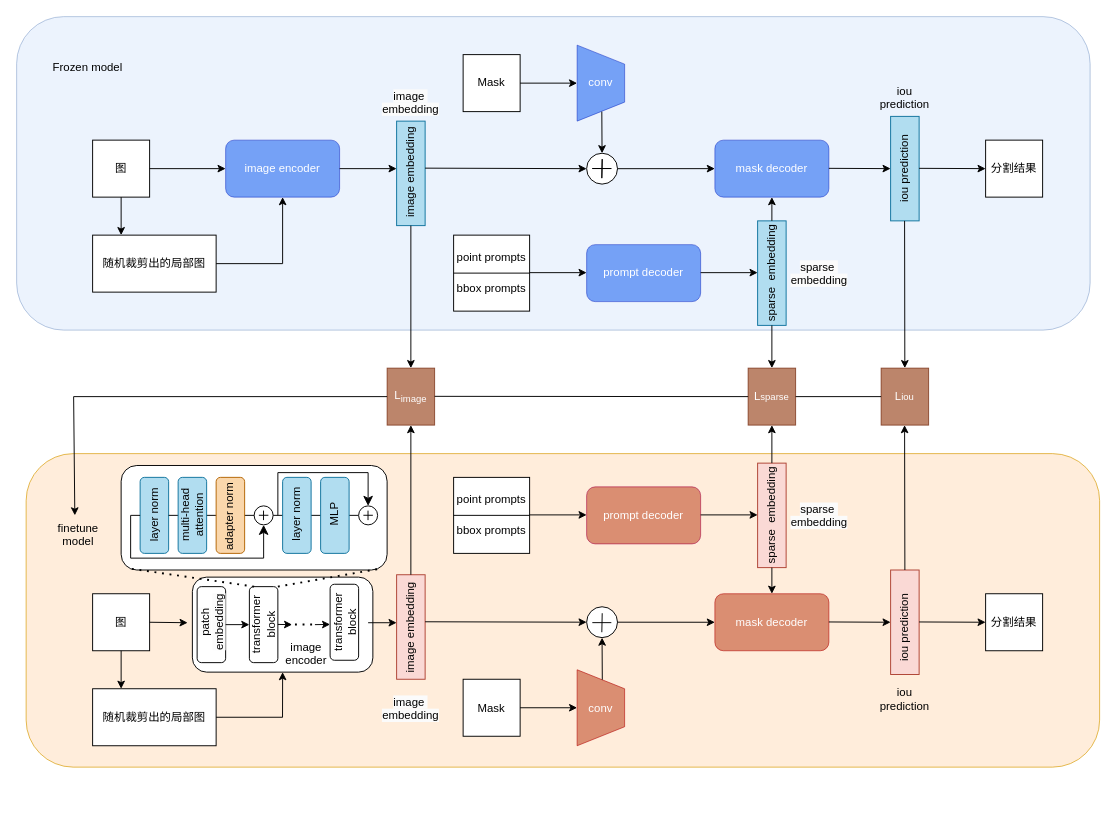
Above: SAM-Med2D_fair.drawio in FiveYuanWashingMachine/ml_toolset (draw.io), before the change. Source tidied: cells renumbered, new cells numbered last; positions are measured from the earlier drawing's top-left corner, leaving out a move shared by most shapes. Both pictures are drawn from the tidied source at 95%, with x=0, y=0 at pixel (16, 16).
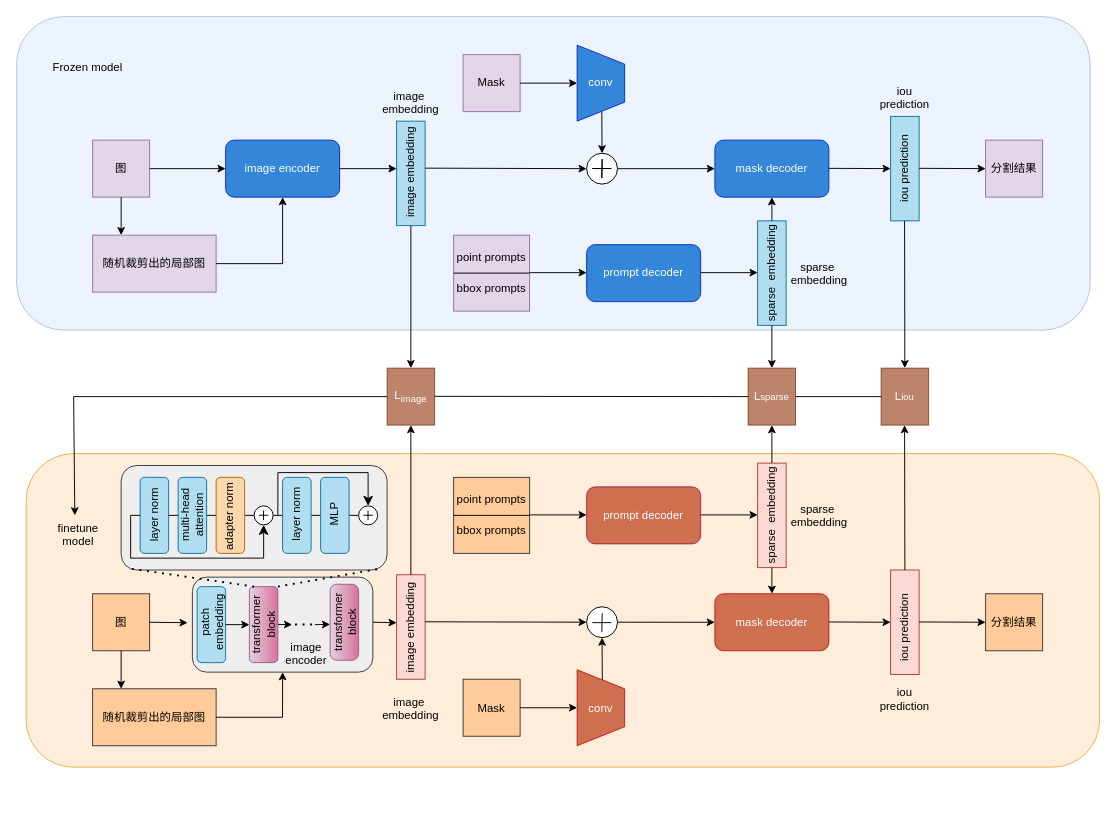
The same page after the edit.

Unchanged cells that the change refers to:
```xml
<mxCell id="86" value="transformer&lt;div&gt;block&lt;/div&gt;" style="text;whiteSpace=wrap;html=1;horizontal=0;verticalAlign=middle;textDirection=ltr;align=center;" parent="1" vertex="1">
  <mxGeometry x="315" y="617.5" width="60" height="40" as="geometry" />
</mxCell>
```

The edit, as a diff of the source:
```diff
@@
-    <mxCell id="3" value="图" style="rounded=0;whiteSpace=wrap;html=1;" parent="1" vertex="1">
+    <mxCell id="3" value="图" style="rounded=0;whiteSpace=wrap;html=1;fillColor=#e1d5e7;strokeColor=#9673a6;" parent="1" vertex="1">
       <mxGeometry x="80" y="130" width="60" height="60" as="geometry" />
     </mxCell>
@@
-    <mxCell id="6" value="随机裁剪出的局部图" style="rounded=0;whiteSpace=wrap;html=1;" parent="1" vertex="1">
+    <mxCell id="6" value="随机裁剪出的局部图" style="rounded=0;whiteSpace=wrap;html=1;fillColor=#e1d5e7;strokeColor=#9673a6;" parent="1" vertex="1">
       <mxGeometry x="80" y="230" width="130" height="60" as="geometry" />
     </mxCell>
@@
-    <mxCell id="8" value="image encoder" style="rounded=1;whiteSpace=wrap;html=1;fillColor=#0050ef;fontColor=#ffffff;strokeColor=#001DBC;opacity=50;" parent="1" vertex="1">
+    <mxCell id="8" value="image encoder" style="rounded=1;whiteSpace=wrap;html=1;fillColor=#207AD4;fontColor=#ffffff;strokeColor=#001DBC;opacity=90;" parent="1" vertex="1">
       <mxGeometry x="220" y="130" width="120" height="60" as="geometry" />
     </mxCell>
@@
-    <mxCell id="11" value="&lt;span style=&quot;color: rgb(0, 0, 0); font-family: Helvetica; font-size: 12px; font-style: normal; font-variant-ligatures: normal; font-variant-caps: normal; font-weight: 400; letter-spacing: normal; orphans: 2; text-indent: 0px; text-transform: none; widows: 2; word-spacing: 0px; -webkit-text-stroke-width: 0px; white-space: normal; background-color: rgb(251, 251, 251); text-decoration-thickness: initial; text-decoration-style: initial; text-decoration-color: initial; float: none; display: inline !important;&quot;&gt;image&amp;nbsp;&lt;/span&gt;&lt;div&gt;&lt;span style=&quot;color: rgb(0, 0, 0); font-family: Helvetica; font-size: 12px; font-style: normal; font-variant-ligatures: normal; font-variant-caps: normal; font-weight: 400; letter-spacing: normal; orphans: 2; text-indent: 0px; text-transform: none; widows: 2; word-spacing: 0px; -webkit-text-stroke-width: 0px; white-space: normal; background-color: rgb(251, 251, 251); text-decoration-thickness: initial; text-decoration-style: initial; text-decoration-color: initial; float: none; display: inline !important;&quot;&gt;embedding&lt;/span&gt;&lt;/div&gt;" style="text;whiteSpace=wrap;html=1;align=center;" parent="1" vertex="1">
+    <mxCell id="11" value="&lt;span style=&quot;color: rgb(0, 0, 0); font-family: Helvetica; font-size: 12px; font-style: normal; font-variant-ligatures: normal; font-variant-caps: normal; font-weight: 400; letter-spacing: normal; orphans: 2; text-indent: 0px; text-transform: none; widows: 2; word-spacing: 0px; -webkit-text-stroke-width: 0px; white-space: normal; text-decoration-thickness: initial; text-decoration-style: initial; text-decoration-color: initial; float: none; display: inline !important;&quot;&gt;image&amp;nbsp;&lt;/span&gt;&lt;div&gt;&lt;span style=&quot;color: rgb(0, 0, 0); font-family: Helvetica; font-size: 12px; font-style: normal; font-variant-ligatures: normal; font-variant-caps: normal; font-weight: 400; letter-spacing: normal; orphans: 2; text-indent: 0px; text-transform: none; widows: 2; word-spacing: 0px; -webkit-text-stroke-width: 0px; white-space: normal; text-decoration-thickness: initial; text-decoration-style: initial; text-decoration-color: initial; float: none; display: inline !important;&quot;&gt;embedding&lt;/span&gt;&lt;/div&gt;" style="text;whiteSpace=wrap;html=1;align=center;labelBackgroundColor=none;" parent="1" vertex="1">
       <mxGeometry x="360" y="70" width="110" height="40" as="geometry" />
     </mxCell>
@@
-    <mxCell id="13" value="point prompts&lt;div style=&quot;line-height: 140%;&quot;&gt;&lt;div style=&quot;line-height: 140%;&quot;&gt;&lt;br&gt;&lt;/div&gt;&lt;div style=&quot;line-height: 140%;&quot;&gt;bbox&amp;nbsp;&lt;span style=&quot;background-color: initial;&quot;&gt;prompts&lt;/span&gt;&lt;/div&gt;&lt;/div&gt;" style="whiteSpace=wrap;html=1;" parent="1" vertex="1">
+    <mxCell id="13" value="point prompts&lt;div style=&quot;line-height: 140%;&quot;&gt;&lt;div style=&quot;line-height: 140%;&quot;&gt;&lt;br&gt;&lt;/div&gt;&lt;div style=&quot;line-height: 140%;&quot;&gt;bbox&amp;nbsp;&lt;span style=&quot;background-color: initial;&quot;&gt;prompts&lt;/span&gt;&lt;/div&gt;&lt;/div&gt;" style="whiteSpace=wrap;html=1;fillColor=#e1d5e7;strokeColor=#9673a6;" parent="1" vertex="1">
       <mxGeometry x="460" y="230" width="80" height="80" as="geometry" />
     </mxCell>
@@
-    <mxCell id="16" value="prompt decoder" style="rounded=1;whiteSpace=wrap;html=1;fillColor=#0050ef;fontColor=#ffffff;strokeColor=#001DBC;opacity=50;" parent="1" vertex="1">
+    <mxCell id="16" value="prompt decoder" style="rounded=1;whiteSpace=wrap;html=1;fillColor=#207AD4;fontColor=#ffffff;strokeColor=#001DBC;opacity=90;" parent="1" vertex="1">
       <mxGeometry x="600" y="240" width="120" height="60" as="geometry" />
     </mxCell>
@@
-    <mxCell id="19" value="&lt;span style=&quot;color: rgb(0, 0, 0); font-family: Helvetica; font-size: 12px; font-style: normal; font-variant-ligatures: normal; font-variant-caps: normal; font-weight: 400; letter-spacing: normal; orphans: 2; text-indent: 0px; text-transform: none; widows: 2; word-spacing: 0px; -webkit-text-stroke-width: 0px; white-space: normal; background-color: rgb(251, 251, 251); text-decoration-thickness: initial; text-decoration-style: initial; text-decoration-color: initial; float: none; display: inline !important;&quot;&gt;sparse&amp;nbsp;&lt;/span&gt;&lt;div&gt;&lt;span style=&quot;color: rgb(0, 0, 0); font-family: Helvetica; font-size: 12px; font-style: normal; font-variant-ligatures: normal; font-variant-caps: normal; font-weight: 400; letter-spacing: normal; orphans: 2; text-indent: 0px; text-transform: none; widows: 2; word-spacing: 0px; -webkit-text-stroke-width: 0px; white-space: normal; background-color: rgb(251, 251, 251); text-decoration-thickness: initial; text-decoration-style: initial; text-decoration-color: initial; float: none; display: inline !important;&quot;&gt;embedding&lt;/span&gt;&lt;/div&gt;" style="text;whiteSpace=wrap;html=1;align=center;" parent="1" vertex="1">
+    <mxCell id="19" value="&lt;span style=&quot;color: rgb(0, 0, 0); font-family: Helvetica; font-size: 12px; font-style: normal; font-variant-ligatures: normal; font-variant-caps: normal; font-weight: 400; letter-spacing: normal; orphans: 2; text-indent: 0px; text-transform: none; widows: 2; word-spacing: 0px; -webkit-text-stroke-width: 0px; white-space: normal; text-decoration-thickness: initial; text-decoration-style: initial; text-decoration-color: initial; float: none; display: inline !important;&quot;&gt;sparse&amp;nbsp;&lt;/span&gt;&lt;div&gt;&lt;span style=&quot;color: rgb(0, 0, 0); font-family: Helvetica; font-size: 12px; font-style: normal; font-variant-ligatures: normal; font-variant-caps: normal; font-weight: 400; letter-spacing: normal; orphans: 2; text-indent: 0px; text-transform: none; widows: 2; word-spacing: 0px; -webkit-text-stroke-width: 0px; white-space: normal; text-decoration-thickness: initial; text-decoration-style: initial; text-decoration-color: initial; float: none; display: inline !important;&quot;&gt;embedding&lt;/span&gt;&lt;/div&gt;" style="text;whiteSpace=wrap;html=1;align=center;labelBackgroundColor=none;" parent="1" vertex="1">
       <mxGeometry x="790" y="250" width="110" height="40" as="geometry" />
     </mxCell>
@@
-    <mxCell id="21" value="Mask" style="rounded=0;whiteSpace=wrap;html=1;" parent="1" vertex="1">
+    <mxCell id="21" value="Mask" style="rounded=0;whiteSpace=wrap;html=1;fillColor=#e1d5e7;strokeColor=#9673a6;" parent="1" vertex="1">
       <mxGeometry x="470" y="40" width="60" height="60" as="geometry" />
     </mxCell>
@@
-    <mxCell id="23" value="conv" style="shape=trapezoid;perimeter=trapezoidPerimeter;whiteSpace=wrap;html=1;fixedSize=1;direction=south;fillColor=#0050ef;fontColor=#ffffff;strokeColor=#001DBC;opacity=50;" parent="1" vertex="1">
+    <mxCell id="23" value="conv" style="shape=trapezoid;perimeter=trapezoidPerimeter;whiteSpace=wrap;html=1;fixedSize=1;direction=south;fillColor=#207AD4;fontColor=#ffffff;strokeColor=#001DBC;opacity=90;" parent="1" vertex="1">
       <mxGeometry x="590" y="30" width="50" height="80" as="geometry" />
     </mxCell>
@@
-    <mxCell id="26" value="mask decoder" style="rounded=1;whiteSpace=wrap;html=1;fillColor=#0050ef;strokeColor=#001DBC;fontColor=#ffffff;opacity=50;" parent="1" vertex="1">
+    <mxCell id="26" value="mask decoder" style="rounded=1;whiteSpace=wrap;html=1;fillColor=#207AD4;strokeColor=#001DBC;fontColor=#ffffff;opacity=90;" parent="1" vertex="1">
       <mxGeometry x="735" y="130" width="120" height="60" as="geometry" />
     </mxCell>
@@
-    <mxCell id="32" value="分割结果" style="rounded=0;whiteSpace=wrap;html=1;" parent="1" vertex="1">
+    <mxCell id="32" value="分割结果" style="rounded=0;whiteSpace=wrap;html=1;fillColor=#e1d5e7;strokeColor=#9673a6;" parent="1" vertex="1">
       <mxGeometry x="1020" y="130" width="60" height="60" as="geometry" />
     </mxCell>
-    <mxCell id="33" value="图" style="rounded=0;whiteSpace=wrap;html=1;" parent="1" vertex="1">
+    <mxCell id="33" value="图" style="rounded=0;whiteSpace=wrap;html=1;fillColor=#ffcc99;strokeColor=#36393d;" parent="1" vertex="1">
       <mxGeometry x="80" y="607.5" width="60" height="60" as="geometry" />
     </mxCell>
@@
-    <mxCell id="35" value="随机裁剪出的局部图" style="rounded=0;whiteSpace=wrap;html=1;" parent="1" vertex="1">
+    <mxCell id="35" value="随机裁剪出的局部图" style="rounded=0;whiteSpace=wrap;html=1;fillColor=#ffcc99;strokeColor=#36393d;" parent="1" vertex="1">
       <mxGeometry x="80" y="707.5" width="130" height="60" as="geometry" />
     </mxCell>
@@
-    <mxCell id="37" style="rounded=1;whiteSpace=wrap;html=1;gradientDirection=north;" parent="1" vertex="1">
+    <mxCell id="37" style="rounded=1;whiteSpace=wrap;html=1;gradientDirection=north;fillColor=#eeeeee;strokeColor=#36393d;" parent="1" vertex="1">
       <mxGeometry x="185" y="590" width="190" height="100" as="geometry" />
     </mxCell>
@@
-    <mxCell id="39" style="endArrow=classic;html=1;rounded=0;" parent="1" edge="1">
+    <mxCell id="39" style="endArrow=classic;html=1;rounded=0;exitX=1;exitY=0.5;exitDx=0;exitDy=0;" parent="1" edge="1" source="86">
       <mxGeometry relative="1" as="geometry">
-        <mxPoint x="370" y="638" as="sourcePoint" />
         <mxPoint x="400" y="638" as="targetPoint" />
       </mxGeometry>
     </mxCell>
@@
-    <mxCell id="41" value="&lt;span style=&quot;color: rgb(0, 0, 0); font-family: Helvetica; font-size: 12px; font-style: normal; font-variant-ligatures: normal; font-variant-caps: normal; font-weight: 400; letter-spacing: normal; orphans: 2; text-indent: 0px; text-transform: none; widows: 2; word-spacing: 0px; -webkit-text-stroke-width: 0px; white-space: normal; background-color: rgb(251, 251, 251); text-decoration-thickness: initial; text-decoration-style: initial; text-decoration-color: initial; float: none; display: inline !important;&quot;&gt;image&amp;nbsp;&lt;/span&gt;&lt;div&gt;&lt;span style=&quot;color: rgb(0, 0, 0); font-family: Helvetica; font-size: 12px; font-style: normal; font-variant-ligatures: normal; font-variant-caps: normal; font-weight: 400; letter-spacing: normal; orphans: 2; text-indent: 0px; text-transform: none; widows: 2; word-spacing: 0px; -webkit-text-stroke-width: 0px; white-space: normal; background-color: rgb(251, 251, 251); text-decoration-thickness: initial; text-decoration-style: initial; text-decoration-color: initial; float: none; display: inline !important;&quot;&gt;embedding&lt;/span&gt;&lt;/div&gt;" style="text;whiteSpace=wrap;html=1;align=center;" parent="1" vertex="1">
+    <mxCell id="41" value="&lt;span style=&quot;font-family: Helvetica; font-size: 12px; font-style: normal; font-variant-ligatures: normal; font-variant-caps: normal; font-weight: 400; letter-spacing: normal; orphans: 2; text-indent: 0px; text-transform: none; widows: 2; word-spacing: 0px; -webkit-text-stroke-width: 0px; white-space: normal; text-decoration-thickness: initial; text-decoration-style: initial; text-decoration-color: initial; float: none; display: inline !important;&quot;&gt;image&amp;nbsp;&lt;/span&gt;&lt;div&gt;&lt;span style=&quot;font-family: Helvetica; font-size: 12px; font-style: normal; font-variant-ligatures: normal; font-variant-caps: normal; font-weight: 400; letter-spacing: normal; orphans: 2; text-indent: 0px; text-transform: none; widows: 2; word-spacing: 0px; -webkit-text-stroke-width: 0px; white-space: normal; text-decoration-thickness: initial; text-decoration-style: initial; text-decoration-color: initial; float: none; display: inline !important;&quot;&gt;embedding&lt;/span&gt;&lt;/div&gt;" style="text;whiteSpace=wrap;html=1;align=center;fontColor=default;labelBackgroundColor=none;" parent="1" vertex="1">
       <mxGeometry x="360" y="707.5" width="110" height="40" as="geometry" />
     </mxCell>
@@
-    <mxCell id="43" value="point prompts&lt;div style=&quot;line-height: 140%;&quot;&gt;&lt;div style=&quot;line-height: 140%;&quot;&gt;&lt;br&gt;&lt;/div&gt;&lt;div style=&quot;line-height: 140%;&quot;&gt;bbox&amp;nbsp;&lt;span style=&quot;background-color: initial;&quot;&gt;prompts&lt;/span&gt;&lt;/div&gt;&lt;/div&gt;" style="whiteSpace=wrap;html=1;" parent="1" vertex="1">
+    <mxCell id="43" value="point prompts&lt;div style=&quot;line-height: 140%;&quot;&gt;&lt;div style=&quot;line-height: 140%;&quot;&gt;&lt;br&gt;&lt;/div&gt;&lt;div style=&quot;line-height: 140%;&quot;&gt;bbox&amp;nbsp;&lt;span style=&quot;background-color: initial;&quot;&gt;prompts&lt;/span&gt;&lt;/div&gt;&lt;/div&gt;" style="whiteSpace=wrap;html=1;fillColor=#ffcc99;strokeColor=#36393d;" parent="1" vertex="1">
       <mxGeometry x="460" y="485" width="80" height="80" as="geometry" />
     </mxCell>
@@
-    <mxCell id="46" value="prompt decoder" style="rounded=1;whiteSpace=wrap;html=1;fillColor=#C2502D;strokeColor=#A50040;fontColor=#ffffff;opacity=60;" parent="1" vertex="1">
+    <mxCell id="46" value="prompt decoder" style="rounded=1;whiteSpace=wrap;html=1;fillColor=#C2502D;strokeColor=#A50040;fontColor=#ffffff;opacity=80;" parent="1" vertex="1">
       <mxGeometry x="600" y="495" width="120" height="60" as="geometry" />
     </mxCell>
@@
-    <mxCell id="49" value="&lt;span style=&quot;color: rgb(0, 0, 0); font-family: Helvetica; font-size: 12px; font-style: normal; font-variant-ligatures: normal; font-variant-caps: normal; font-weight: 400; letter-spacing: normal; orphans: 2; text-indent: 0px; text-transform: none; widows: 2; word-spacing: 0px; -webkit-text-stroke-width: 0px; white-space: normal; background-color: rgb(251, 251, 251); text-decoration-thickness: initial; text-decoration-style: initial; text-decoration-color: initial; float: none; display: inline !important;&quot;&gt;sparse&amp;nbsp;&lt;/span&gt;&lt;div&gt;&lt;span style=&quot;color: rgb(0, 0, 0); font-family: Helvetica; font-size: 12px; font-style: normal; font-variant-ligatures: normal; font-variant-caps: normal; font-weight: 400; letter-spacing: normal; orphans: 2; text-indent: 0px; text-transform: none; widows: 2; word-spacing: 0px; -webkit-text-stroke-width: 0px; white-space: normal; background-color: rgb(251, 251, 251); text-decoration-thickness: initial; text-decoration-style: initial; text-decoration-color: initial; float: none; display: inline !important;&quot;&gt;embedding&lt;/span&gt;&lt;/div&gt;" style="text;whiteSpace=wrap;html=1;align=center;" parent="1" vertex="1">
+    <mxCell id="49" value="&lt;span style=&quot;color: rgb(0, 0, 0); font-family: Helvetica; font-size: 12px; font-style: normal; font-variant-ligatures: normal; font-variant-caps: normal; font-weight: 400; letter-spacing: normal; orphans: 2; text-indent: 0px; text-transform: none; widows: 2; word-spacing: 0px; -webkit-text-stroke-width: 0px; white-space: normal; text-decoration-thickness: initial; text-decoration-style: initial; text-decoration-color: initial; float: none; display: inline !important;&quot;&gt;sparse&amp;nbsp;&lt;/span&gt;&lt;div&gt;&lt;span style=&quot;color: rgb(0, 0, 0); font-family: Helvetica; font-size: 12px; font-style: normal; font-variant-ligatures: normal; font-variant-caps: normal; font-weight: 400; letter-spacing: normal; orphans: 2; text-indent: 0px; text-transform: none; widows: 2; word-spacing: 0px; -webkit-text-stroke-width: 0px; white-space: normal; text-decoration-thickness: initial; text-decoration-style: initial; text-decoration-color: initial; float: none; display: inline !important;&quot;&gt;embedding&lt;/span&gt;&lt;/div&gt;" style="text;whiteSpace=wrap;html=1;align=center;labelBackgroundColor=none;" parent="1" vertex="1">
       <mxGeometry x="790" y="505" width="110" height="40" as="geometry" />
     </mxCell>
@@
-    <mxCell id="51" value="Mask" style="rounded=0;whiteSpace=wrap;html=1;" parent="1" vertex="1">
+    <mxCell id="51" value="Mask" style="rounded=0;whiteSpace=wrap;html=1;fillColor=#ffcc99;strokeColor=#36393d;" parent="1" vertex="1">
       <mxGeometry x="470" y="697.5" width="60" height="60" as="geometry" />
     </mxCell>
@@
-    <mxCell id="53" value="conv" style="shape=trapezoid;perimeter=trapezoidPerimeter;whiteSpace=wrap;html=1;fixedSize=1;direction=south;fillColor=#C2502D;fontColor=#ffffff;strokeColor=#B20000;opacity=60;" parent="1" vertex="1">
+    <mxCell id="53" value="conv" style="shape=trapezoid;perimeter=trapezoidPerimeter;whiteSpace=wrap;html=1;fixedSize=1;direction=south;fillColor=#C2502D;fontColor=#ffffff;strokeColor=#B20000;opacity=80;" parent="1" vertex="1">
       <mxGeometry x="590" y="687.5" width="50" height="80" as="geometry" />
     </mxCell>
@@
-    <mxCell id="56" value="mask decoder" style="rounded=1;whiteSpace=wrap;html=1;fillColor=#C2502D;fontColor=#ffffff;strokeColor=#B20000;opacity=60;" parent="1" vertex="1">
+    <mxCell id="56" value="mask decoder" style="rounded=1;whiteSpace=wrap;html=1;fillColor=#C2502D;fontColor=#ffffff;strokeColor=#B20000;opacity=80;" parent="1" vertex="1">
       <mxGeometry x="735" y="607.5" width="120" height="60" as="geometry" />
     </mxCell>
@@
-    <mxCell id="62" value="分割结果" style="rounded=0;whiteSpace=wrap;html=1;" parent="1" vertex="1">
+    <mxCell id="62" value="分割结果" style="rounded=0;whiteSpace=wrap;html=1;fillColor=#ffcc99;strokeColor=#36393d;" parent="1" vertex="1">
       <mxGeometry x="1020" y="607.5" width="60" height="60" as="geometry" />
     </mxCell>
@@
-    <mxCell id="81" style="rounded=1;whiteSpace=wrap;html=1;" parent="1" vertex="1">
+    <mxCell id="81" style="rounded=1;whiteSpace=wrap;html=1;fillColor=#b1ddf0;strokeColor=#10739e;" parent="1" vertex="1">
       <mxGeometry x="190" y="600" width="30" height="80" as="geometry" />
     </mxCell>
-    <mxCell id="82" value="&lt;span style=&quot;color: rgb(0, 0, 0); font-family: Helvetica; font-size: 12px; font-style: normal; font-variant-ligatures: normal; font-variant-caps: normal; font-weight: 400; letter-spacing: normal; orphans: 2; text-indent: 0px; text-transform: none; widows: 2; word-spacing: 0px; -webkit-text-stroke-width: 0px; white-space: normal; background-color: rgb(251, 251, 251); text-decoration-thickness: initial; text-decoration-style: initial; text-decoration-color: initial; float: none; display: inline !important;&quot;&gt;patch embedding&lt;/span&gt;" style="text;whiteSpace=wrap;html=1;horizontal=0;verticalAlign=middle;textDirection=ltr;align=center;" parent="1" vertex="1">
+    <mxCell id="82" value="&lt;span style=&quot;font-family: Helvetica; font-size: 12px; font-style: normal; font-variant-ligatures: normal; font-variant-caps: normal; font-weight: 400; letter-spacing: normal; orphans: 2; text-indent: 0px; text-transform: none; widows: 2; word-spacing: 0px; -webkit-text-stroke-width: 0px; white-space: normal; text-decoration-thickness: initial; text-decoration-style: initial; text-decoration-color: initial; float: none; display: inline !important;&quot;&gt;patch embedding&lt;/span&gt;" style="text;whiteSpace=wrap;html=1;horizontal=0;verticalAlign=middle;textDirection=ltr;align=center;fontColor=default;labelBackgroundColor=none;" parent="1" vertex="1">
       <mxGeometry x="175" y="617.5" width="60" height="40" as="geometry" />
     </mxCell>
-    <mxCell id="83" style="rounded=1;whiteSpace=wrap;html=1;" parent="1" vertex="1">
+    <mxCell id="83" style="rounded=1;whiteSpace=wrap;html=1;fillColor=#e6d0de;strokeColor=#996185;gradientDirection=east;gradientColor=#d5739d;" parent="1" vertex="1">
       <mxGeometry x="245" y="600" width="30" height="80" as="geometry" />
     </mxCell>
@@
-    <mxCell id="85" style="rounded=1;whiteSpace=wrap;html=1;" parent="1" vertex="1">
+    <mxCell id="85" style="rounded=1;whiteSpace=wrap;html=1;arcSize=23;fillColor=#e6d0de;gradientColor=#d5739d;strokeColor=#996185;gradientDirection=east;" parent="1" vertex="1">
       <mxGeometry x="330" y="597.5" width="30" height="80" as="geometry" />
     </mxCell>
@@
-    <mxCell id="92" style="rounded=1;whiteSpace=wrap;html=1;" parent="1" vertex="1">
+    <mxCell id="92" style="rounded=1;whiteSpace=wrap;html=1;fillColor=#eeeeee;strokeColor=#36393d;" parent="1" vertex="1">
       <mxGeometry x="110" y="472.5" width="280" height="110" as="geometry" />
     </mxCell>
```
